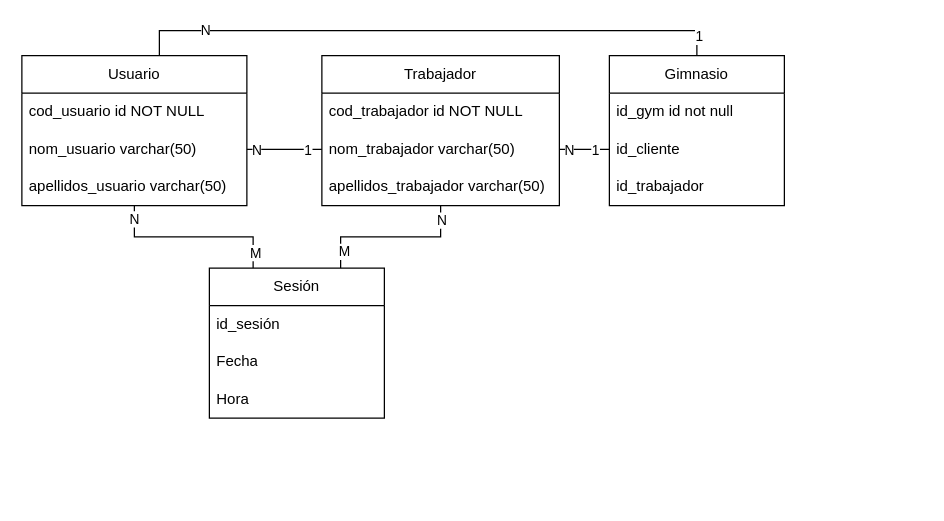
The draw.io diagram Diagrama Relacional.drawio in HuBaMarin/projDespliegue, before the edit. Source tidied: cells renumbered, new cells numbered last; positions are measured from the earlier drawing's top-left corner, leaving out a move shared by most shapes. Both pictures are drawn from the tidied source at 125%, with x=0, y=0 at pixel (21, 30).
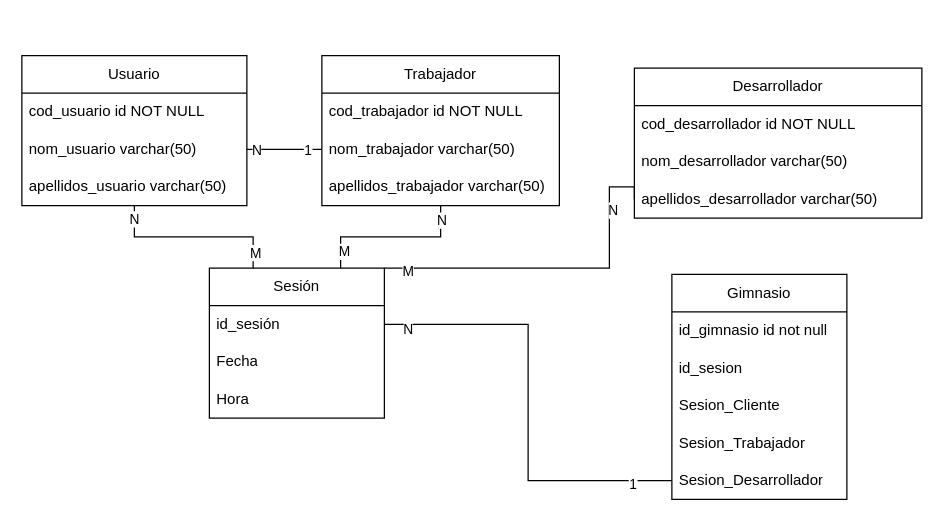
The same diagram, later.

Unchanged cells that the change refers to:
```xml
<mxCell id="8" value="Usuario" style="swimlane;fontStyle=0;horizontal=1;startSize=30;whiteSpace=wrap;html=1;" parent="1" vertex="1">
  <mxGeometry y="20" width="180" height="120" as="geometry" />
</mxCell>
<mxCell id="17" value="nom_trabajador varchar(50)" style="text;strokeColor=none;fillColor=none;align=left;verticalAlign=middle;spacingLeft=4;spacingRight=4;overflow=hidden;points=[[0,0.5],[1,0.5]];portConstraint=eastwest;whiteSpace=wrap;html=1;" parent="15" vertex="1">
  <mxGeometry y="60" width="190" height="30" as="geometry" />
</mxCell>
<mxCell id="19" value="Sesión" style="swimlane;fontStyle=0;horizontal=1;startSize=30;whiteSpace=wrap;html=1;" parent="1" vertex="1">
  <mxGeometry x="150" y="190" width="140" height="120" as="geometry" />
</mxCell>
<mxCell id="20" value="id_sesión" style="text;strokeColor=none;fillColor=none;align=left;verticalAlign=middle;spacingLeft=4;spacingRight=4;overflow=hidden;points=[[0,0.5],[1,0.5]];portConstraint=eastwest;whiteSpace=wrap;html=1;" parent="19" vertex="1">
  <mxGeometry y="30" width="140" height="30" as="geometry" />
</mxCell>
```

The edit, as a diff of the source:
```diff
@@
-    <mxCell id="5" style="edgeStyle=orthogonalEdgeStyle;rounded=0;jettySize=auto;html=1;entryX=0.5;entryY=0;entryDx=0;entryDy=0;endArrow=none;endFill=0;" parent="1" edge="1" source="8" target="23">
-      <mxGeometry relative="1" as="geometry">
-        <Array as="points">
-          <mxPoint x="110" />
-          <mxPoint x="540" />
-        </Array>
-      </mxGeometry>
-    </mxCell>
-    <mxCell id="6" value="N" style="edgeLabel;html=1;align=center;verticalAlign=middle;" parent="5" vertex="1">
-      <mxGeometry x="-0.76" y="1" relative="1" as="geometry" />
-    </mxCell>
-    <mxCell id="7" value="1" style="edgeLabel;html=1;align=center;verticalAlign=middle;" parent="5" vertex="1">
-      <mxGeometry x="0.93" y="1" relative="1" as="geometry" />
-    </mxCell>
@@
+    <mxCell id="33" style="edgeStyle=orthogonalEdgeStyle;rounded=0;jettySize=auto;html=1;entryX=0;entryY=0.5;entryDx=0;entryDy=0;exitX=1;exitY=0.5;exitDx=0;exitDy=0;endArrow=none;endFill=0;" parent="1" edge="1" source="20" target="38">
+      <mxGeometry relative="1" as="geometry" />
+    </mxCell>
+    <mxCell id="34" value="N" style="edgeLabel;html=1;align=center;verticalAlign=middle;" parent="33" vertex="1">
+      <mxGeometry x="-0.9" y="-3" relative="1" as="geometry" />
+    </mxCell>
+    <mxCell id="35" value="1" style="edgeLabel;html=1;align=center;verticalAlign=middle;" parent="33" vertex="1">
+      <mxGeometry x="0.82" y="-2" relative="1" as="geometry" />
+    </mxCell>
@@
     <mxCell id="23" value="Gimnasio" style="swimlane;fontStyle=0;horizontal=1;startSize=30;whiteSpace=wrap;html=1;" parent="1" vertex="1">
-      <mxGeometry x="470" y="20" width="140" height="120" as="geometry" />
+      <mxGeometry x="520" y="195" width="140" height="180" as="geometry" />
     </mxCell>
-    <mxCell id="24" value="id_gym id not null" style="text;strokeColor=none;fillColor=none;align=left;verticalAlign=middle;spacingLeft=4;spacingRight=4;overflow=hidden;whiteSpace=wrap;html=1;" parent="23" vertex="1">
+    <mxCell id="24" value="id_gimnasio id not null" style="text;strokeColor=none;fillColor=none;align=left;verticalAlign=middle;spacingLeft=4;spacingRight=4;overflow=hidden;whiteSpace=wrap;html=1;" parent="23" vertex="1">
       <mxGeometry y="30" width="140" height="30" as="geometry" />
     </mxCell>
-    <mxCell id="25" value="id_cliente&amp;nbsp;" style="text;strokeColor=none;fillColor=none;align=left;verticalAlign=middle;spacingLeft=4;spacingRight=4;overflow=hidden;points=[[0,0.5],[1,0.5]];portConstraint=eastwest;whiteSpace=wrap;html=1;" parent="23" vertex="1">
+    <mxCell id="25" value="id_sesion" style="text;strokeColor=none;fillColor=none;align=left;verticalAlign=middle;spacingLeft=4;spacingRight=4;overflow=hidden;points=[[0,0.5],[1,0.5]];portConstraint=eastwest;whiteSpace=wrap;html=1;" parent="23" vertex="1">
       <mxGeometry y="60" width="140" height="30" as="geometry" />
     </mxCell>
-    <mxCell id="26" value="id_trabajador" style="text;strokeColor=none;fillColor=none;align=left;verticalAlign=middle;spacingLeft=4;spacingRight=4;overflow=hidden;whiteSpace=wrap;html=1;" parent="23" vertex="1">
-      <mxGeometry y="90" width="140" height="30" as="geometry" />
-    </mxCell>
-    <mxCell id="27" style="edgeStyle=orthogonalEdgeStyle;rounded=0;jettySize=auto;html=1;entryX=0;entryY=0.5;entryDx=0;entryDy=0;endArrow=none;endFill=0;" parent="1" edge="1" source="17" target="25">
-      <mxGeometry relative="1" as="geometry" />
-    </mxCell>
-    <mxCell id="28" value="N" style="edgeLabel;html=1;align=center;verticalAlign=middle;" parent="27" vertex="1">
-      <mxGeometry x="-0.66" relative="1" as="geometry" />
-    </mxCell>
-    <mxCell id="29" value="1" style="edgeLabel;html=1;align=center;verticalAlign=middle;" parent="27" vertex="1">
-      <mxGeometry x="0.38" relative="1" as="geometry" />
-    </mxCell>
+    <mxCell id="36" value="Sesion_Cliente" style="text;strokeColor=none;fillColor=none;align=left;verticalAlign=middle;spacingLeft=4;spacingRight=4;overflow=hidden;whiteSpace=wrap;html=1;" parent="23" vertex="1">
+      <mxGeometry y="90" width="140" height="30" as="geometry" />
+    </mxCell>
+    <mxCell id="37" value="Sesion_Trabajador" style="text;strokeColor=none;fillColor=none;align=left;verticalAlign=middle;spacingLeft=4;spacingRight=4;overflow=hidden;whiteSpace=wrap;html=1;" parent="23" vertex="1">
+      <mxGeometry y="120" width="140" height="30" as="geometry" />
+    </mxCell>
+    <mxCell id="38" value="Sesion_Desarrollador" style="text;strokeColor=none;fillColor=none;align=left;verticalAlign=middle;spacingLeft=4;spacingRight=4;overflow=hidden;points=[[0,0.5],[1,0.5]];portConstraint=eastwest;whiteSpace=wrap;html=1;" parent="23" vertex="1">
+      <mxGeometry y="150" width="140" height="30" as="geometry" />
+    </mxCell>
@@
+    <mxCell id="39" value="Desarrollador" style="swimlane;fontStyle=0;horizontal=1;startSize=30;whiteSpace=wrap;html=1;" parent="1" vertex="1">
+      <mxGeometry x="490" y="30" width="230" height="120" as="geometry" />
+    </mxCell>
+    <mxCell id="40" value="cod_desarrollador id NOT NULL" style="text;strokeColor=none;fillColor=none;align=left;verticalAlign=middle;spacingLeft=4;spacingRight=4;overflow=hidden;whiteSpace=wrap;html=1;" parent="39" vertex="1">
+      <mxGeometry y="30" width="230" height="30" as="geometry" />
+    </mxCell>
+    <mxCell id="41" value="nom_desarrollador varchar(50)" style="text;strokeColor=none;fillColor=none;align=left;verticalAlign=middle;spacingLeft=4;spacingRight=4;overflow=hidden;whiteSpace=wrap;html=1;" parent="39" vertex="1">
+      <mxGeometry y="60" width="230" height="30" as="geometry" />
+    </mxCell>
+    <mxCell id="42" value="apellidos_desarrollador varchar(50)" style="text;strokeColor=none;fillColor=none;align=left;verticalAlign=middle;spacingLeft=4;spacingRight=4;overflow=hidden;points=[[0,0.5],[1,0.5]];portConstraint=eastwest;whiteSpace=wrap;html=1;" parent="39" vertex="1">
+      <mxGeometry y="90" width="230" height="30" as="geometry" />
+    </mxCell>
+    <mxCell id="43" style="edgeStyle=orthogonalEdgeStyle;rounded=0;jettySize=auto;html=1;entryX=1;entryY=0;entryDx=0;entryDy=0;exitX=0;exitY=0.5;exitDx=0;exitDy=0;endArrow=none;endFill=0;" parent="1" edge="1" source="42" target="19">
+      <mxGeometry relative="1" as="geometry">
+        <Array as="points">
+          <mxPoint x="490" y="125" />
+          <mxPoint x="470" y="125" />
+          <mxPoint x="470" y="190" />
+        </Array>
+      </mxGeometry>
+    </mxCell>
+    <mxCell id="44" value="M" style="edgeLabel;html=1;align=center;verticalAlign=middle;" parent="43" vertex="1">
+      <mxGeometry x="0.87" y="2" relative="1" as="geometry" />
+    </mxCell>
+    <mxCell id="45" value="N" style="edgeLabel;html=1;align=center;verticalAlign=middle;" parent="43" vertex="1">
+      <mxGeometry x="-0.65" y="2" relative="1" as="geometry" />
+    </mxCell>
```
